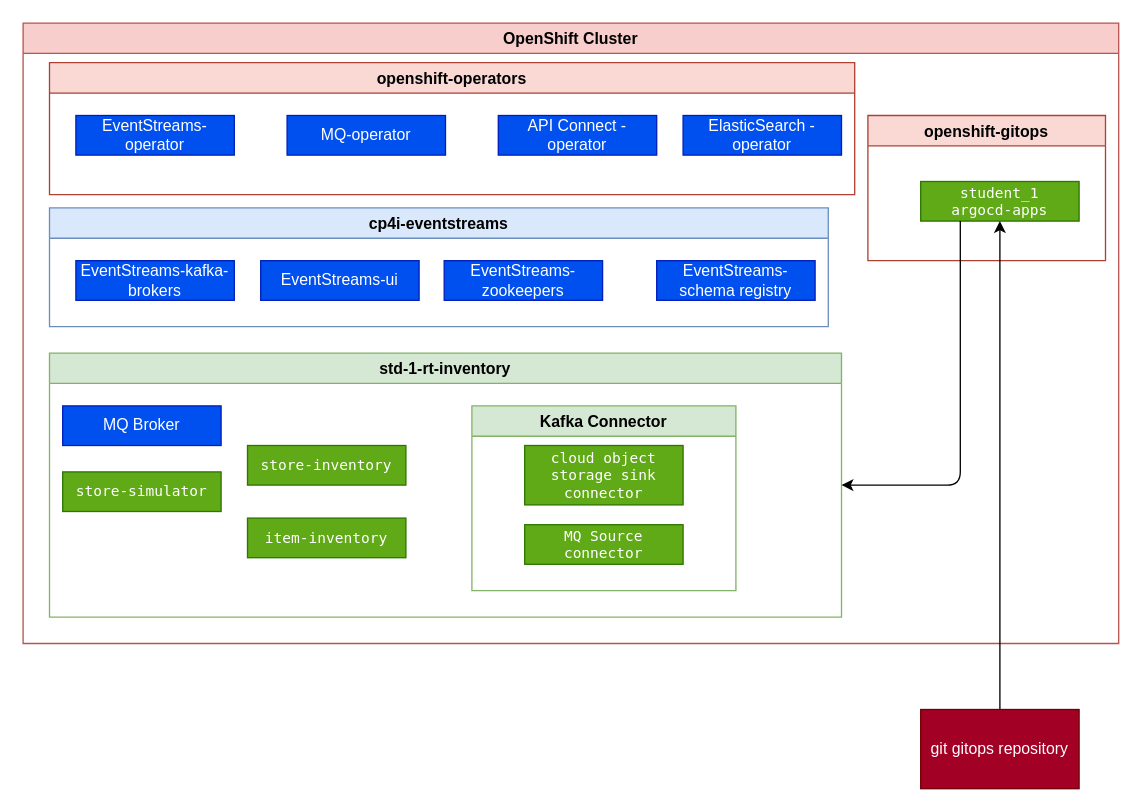
ibm-cloud-architecture/eda-rt-inventory-gitops keeps this draw.io diagram as docs/diagrams/student_env_gitops.drawio. Above is the earlier version. Source tidied: cells renumbered, new cells numbered last; positions are measured from the earlier drawing's top-left corner, leaving out a move shared by most shapes. Both pictures are drawn from the tidied source at 132%, with x=0, y=0 at pixel (22, 22).
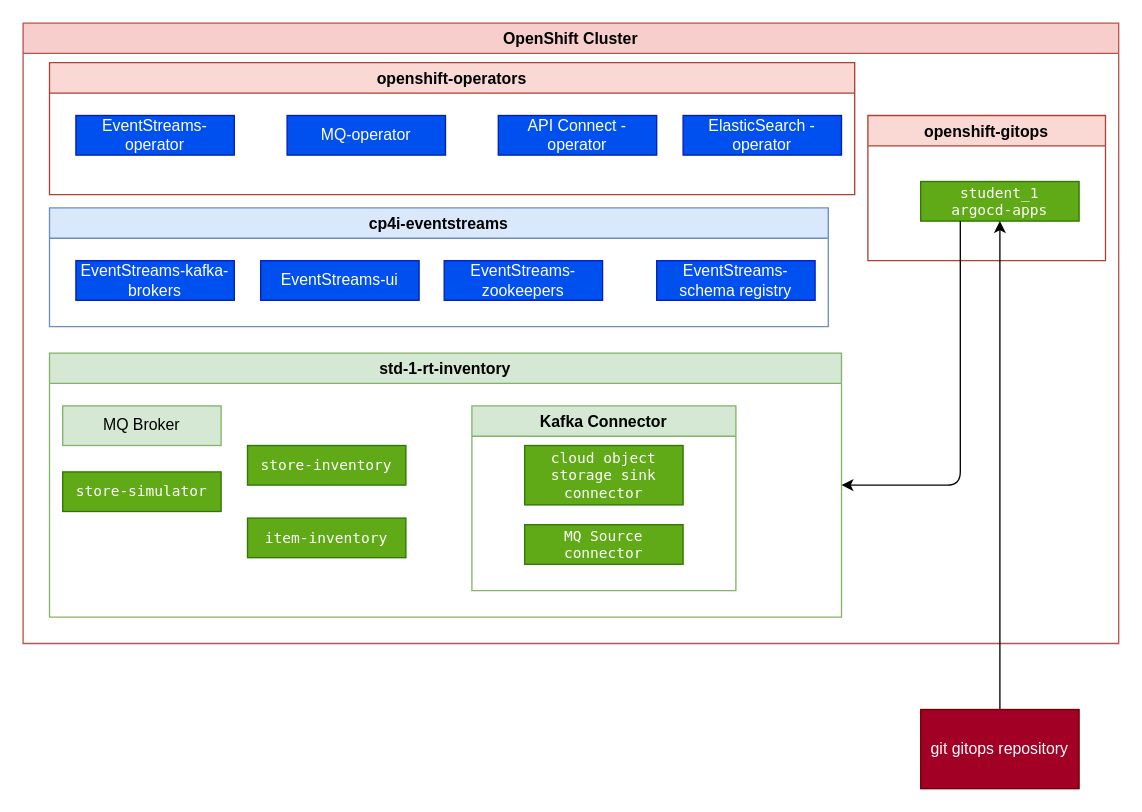
The same page after the edit.

The change refers to these unchanged cells:
```xml
<mxCell id="8" value="std-1-rt-inventory" style="swimlane;fillColor=#d5e8d4;strokeColor=#82b366;" parent="2" vertex="1">
  <mxGeometry x="20" y="250" width="600" height="200" as="geometry" />
</mxCell>
```

What changed in the source:
```diff
@@
-    <mxCell id="15" value="MQ Broker" style="rounded=0;whiteSpace=wrap;html=1;fillColor=#0050ef;fontColor=#ffffff;strokeColor=#001DBC;" parent="8" vertex="1">
+    <mxCell id="15" value="MQ Broker" style="rounded=0;whiteSpace=wrap;html=1;fillColor=#d5e8d4;strokeColor=#82b366;" parent="8" vertex="1">
       <mxGeometry x="10" y="40" width="120" height="30" as="geometry" />
     </mxCell>
```
